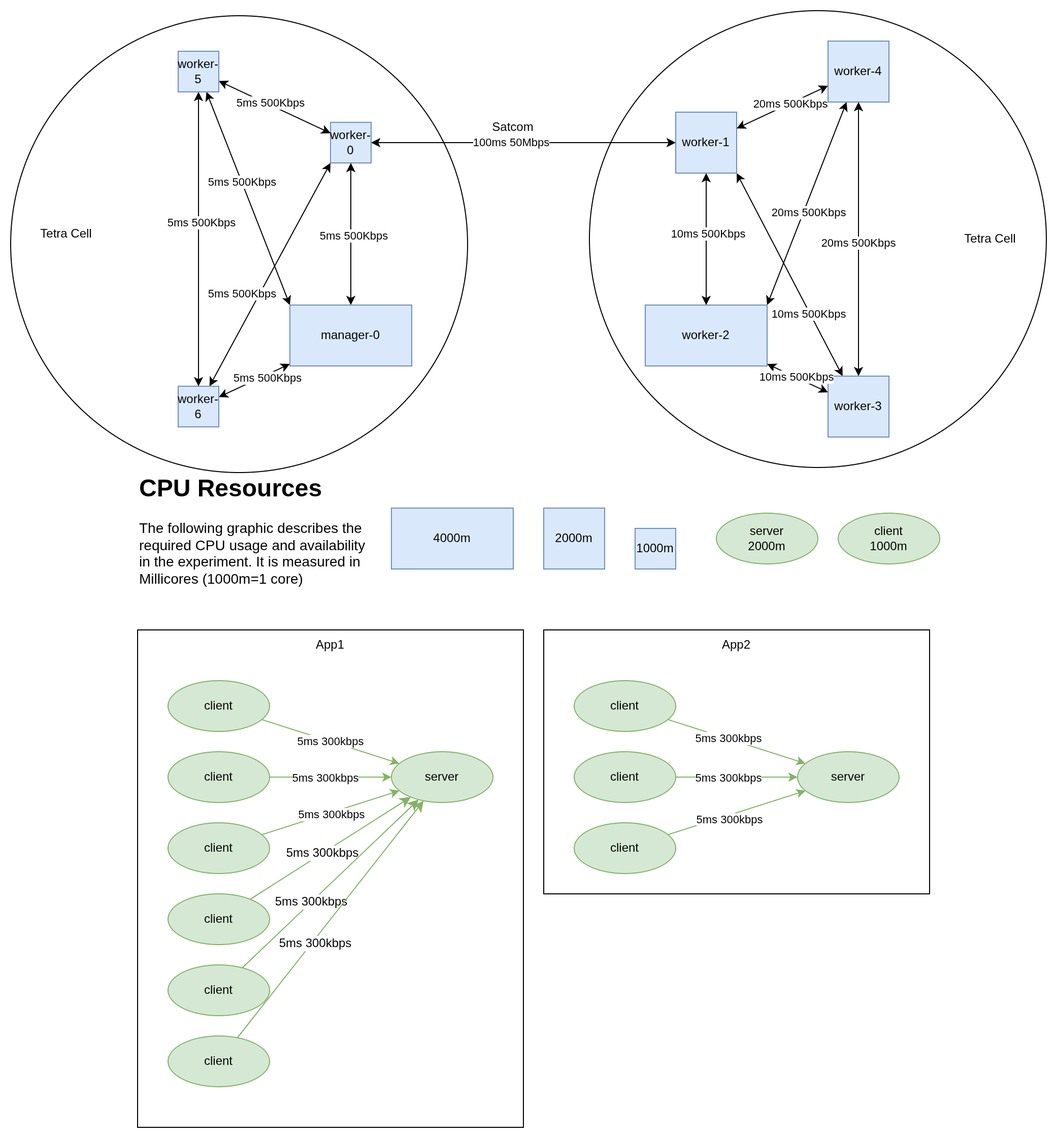
kr-0-n/k8_scheduler_experiments keeps this draw.io diagram as emulator/exp-5/setup.drawio.png. Above is the earlier version. Source tidied: cells renumbered, new cells last; positions are measured from the earlier drawing's top-left corner, leaving out a move shared by most shapes.
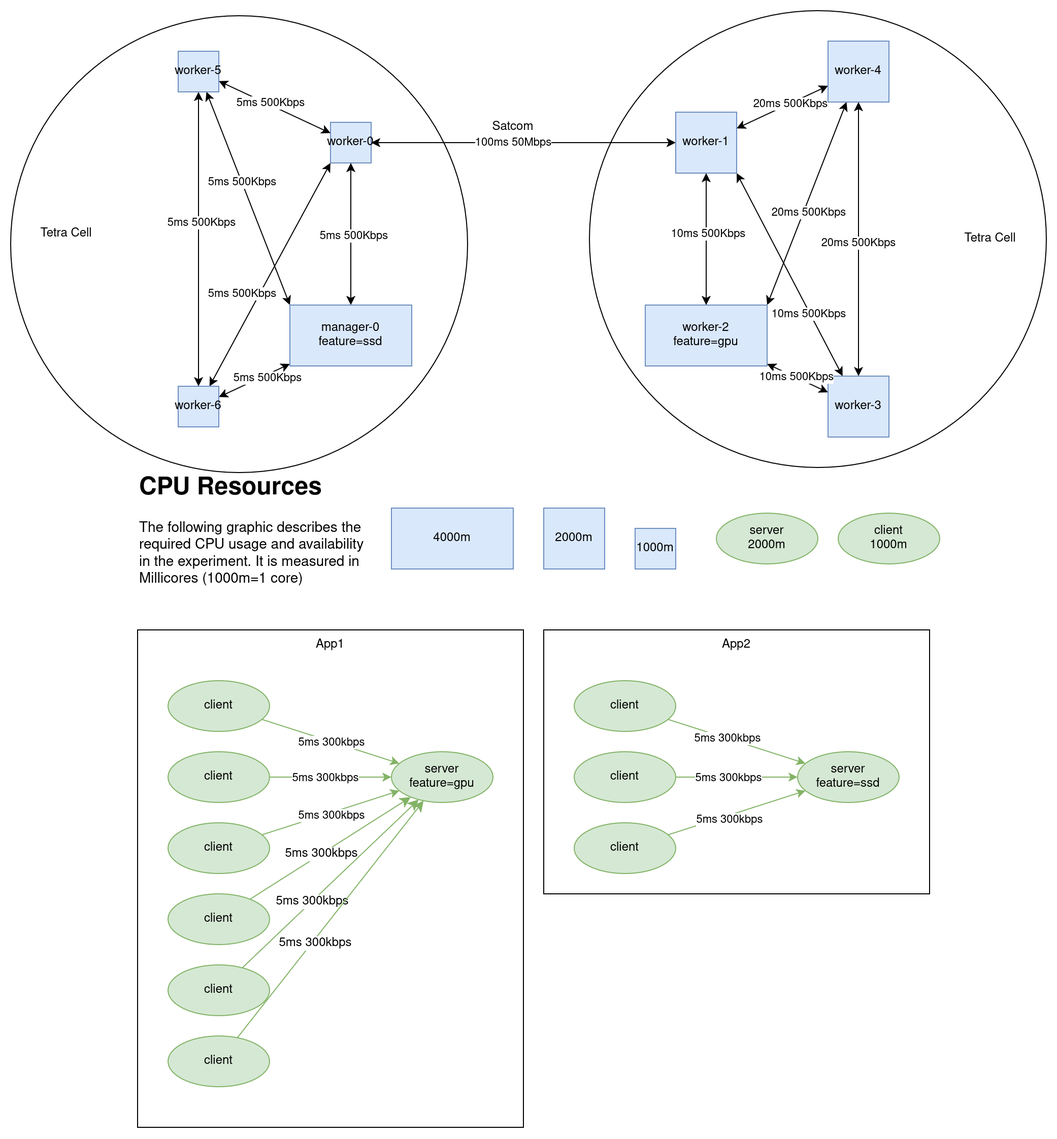
Later version of the same file.

Change to the diagram source:
```diff
@@ -20,13 +20,13 @@
     <mxCell id="7" style="rounded=0;jettySize=auto;html=1;exitX=0;exitY=0;exitDx=0;exitDy=0;startArrow=classic;startFill=1;" parent="1" edge="1" source="8" target="26">
       <mxGeometry relative="1" as="geometry" />
     </mxCell>
-    <mxCell id="8" value="manager-0" style="rounded=0;whiteSpace=wrap;html=1;fillColor=#dae8fc;strokeColor=#6c8ebf;" parent="1" vertex="1">
+    <mxCell id="8" value="&lt;div&gt;manager-0&lt;/div&gt;&lt;div&gt;feature=ssd&lt;/div&gt;" style="rounded=0;whiteSpace=wrap;html=1;fillColor=#dae8fc;strokeColor=#6c8ebf;" parent="1" vertex="1">
       <mxGeometry x="275" y="290" width="120" height="60" as="geometry" />
     </mxCell>
     <mxCell id="9" style="rounded=0;jettySize=auto;html=1;startArrow=classic;startFill=1;exitX=1;exitY=0;exitDx=0;exitDy=0;" parent="1" edge="1" source="10" target="17">
       <mxGeometry relative="1" as="geometry" />
     </mxCell>
-    <mxCell id="10" value="worker-2" style="rounded=0;whiteSpace=wrap;html=1;fillColor=#dae8fc;strokeColor=#6c8ebf;" parent="1" vertex="1">
+    <mxCell id="10" value="worker-2&lt;br&gt;feature=gpu" style="rounded=0;whiteSpace=wrap;html=1;fillColor=#dae8fc;strokeColor=#6c8ebf;" parent="1" vertex="1">
       <mxGeometry x="625" y="290" width="120" height="60" as="geometry" />
     </mxCell>
     <mxCell id="11" style="edgeStyle=orthogonalEdgeStyle;rounded=0;jettySize=auto;html=1;startArrow=classic;startFill=1;strokeColor=light-dark(#000000,#000000);" parent="1" edge="1" source="15" target="5">
@@ -90,7 +90,7 @@
     <mxCell id="29" value="client" style="ellipse;whiteSpace=wrap;html=1;fillColor=#d5e8d4;strokeColor=#82b366;" parent="1" vertex="1">
       <mxGeometry x="155" y="730" width="100" height="50" as="geometry" />
     </mxCell>
-    <mxCell id="30" value="server" style="ellipse;whiteSpace=wrap;html=1;fillColor=#d5e8d4;strokeColor=#82b366;" parent="1" vertex="1">
+    <mxCell id="30" value="&lt;div&gt;server&lt;/div&gt;&lt;div&gt;feature=gpu&lt;/div&gt;" style="ellipse;whiteSpace=wrap;html=1;fillColor=#d5e8d4;strokeColor=#82b366;" parent="1" vertex="1">
       <mxGeometry x="375" y="730" width="100" height="50" as="geometry" />
     </mxCell>
     <mxCell id="31" style="rounded=0;jettySize=auto;html=1;fillColor=#d5e8d4;strokeColor=#82b366;" parent="1" edge="1" source="33" target="30">
@@ -127,7 +127,7 @@
     <mxCell id="40" value="client" style="ellipse;whiteSpace=wrap;html=1;fillColor=#d5e8d4;strokeColor=#82b366;" parent="1" vertex="1">
       <mxGeometry x="555" y="730" width="100" height="50" as="geometry" />
     </mxCell>
-    <mxCell id="41" value="server" style="ellipse;whiteSpace=wrap;html=1;fillColor=#d5e8d4;strokeColor=#82b366;" parent="1" vertex="1">
+    <mxCell id="41" value="&lt;div&gt;server&lt;/div&gt;&lt;div&gt;feature=ssd&lt;/div&gt;" style="ellipse;whiteSpace=wrap;html=1;fillColor=#d5e8d4;strokeColor=#82b366;" parent="1" vertex="1">
       <mxGeometry x="775" y="730" width="100" height="50" as="geometry" />
     </mxCell>
     <mxCell id="42" style="rounded=0;jettySize=auto;html=1;fillColor=#d5e8d4;strokeColor=#82b366;" parent="1" edge="1" source="44" target="41">
```
